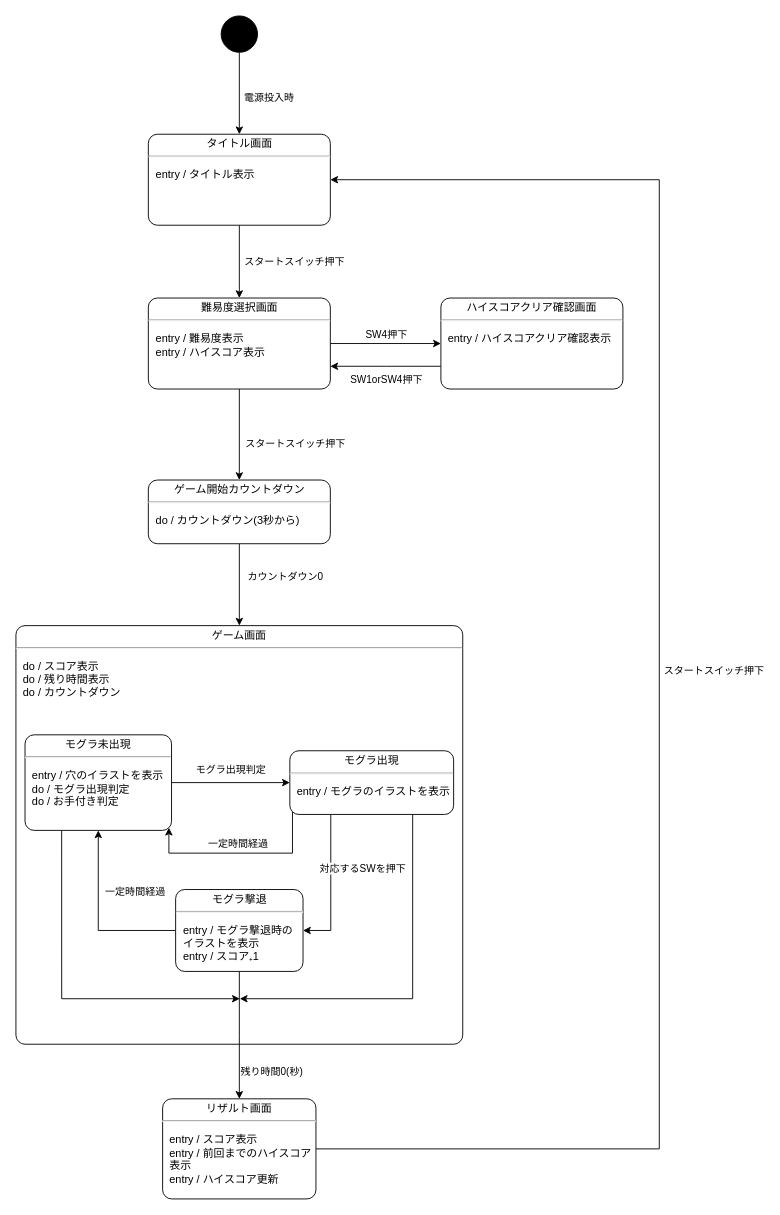
The draw.io diagram 資料/設計書/モグラ叩き_状態遷移.drawio in hakohumi/comp.train.whack-a-mole, before the edit. Source tidied: cells renumbered, new cells numbered last; positions are measured from the earlier drawing's top-left corner, leaving out a move shared by most shapes. Both pictures are drawn from the tidied source at 91%, with x=0, y=0 at pixel (15, 15).
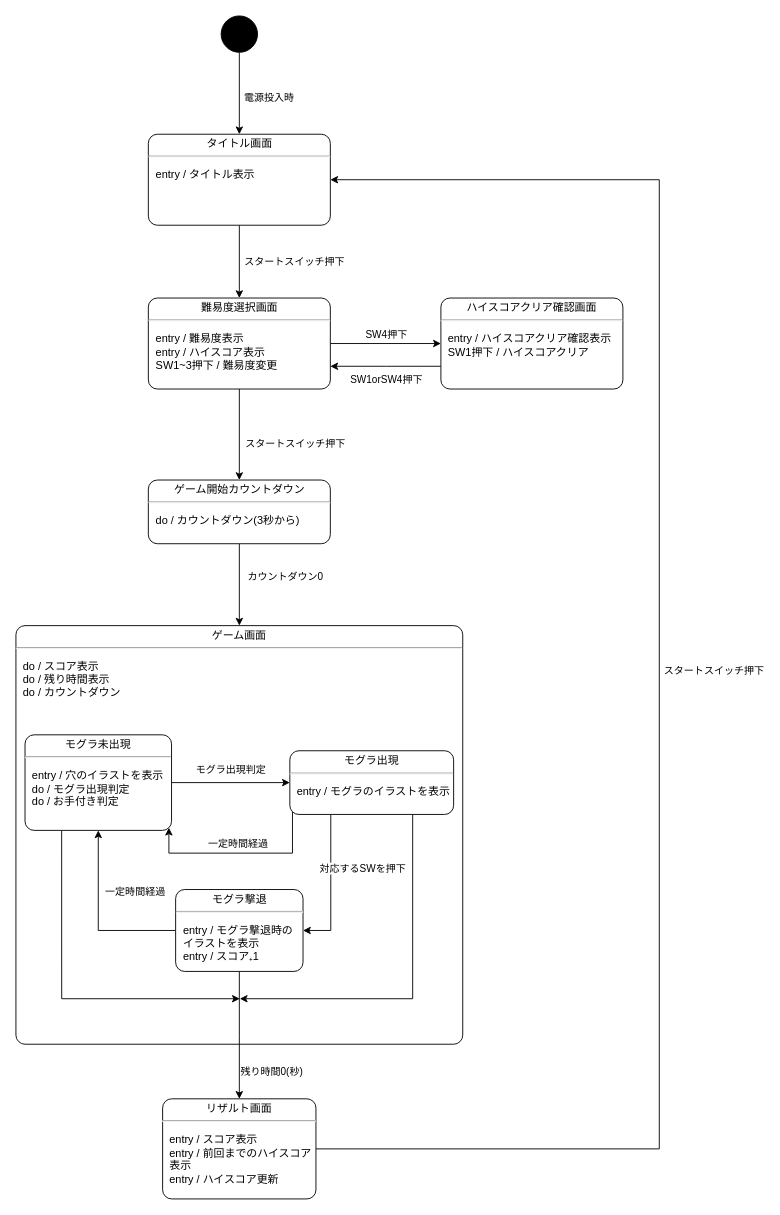
The same page after the edit.

Commit message:
設計/レビュー後修正/状態遷移図の修正 Fixes #82

The edit, as a diff of the source:
```diff
@@
-    <mxCell id="23" value="&lt;p style=&quot;margin: 0px ; margin-top: 4px ; text-align: center&quot;&gt;難易度選択画面&lt;/p&gt;&lt;hr&gt;&lt;p&gt;&lt;/p&gt;&lt;p style=&quot;margin: 0px ; margin-left: 8px ; text-align: left&quot;&gt;entry / 難易度表示&lt;/p&gt;&lt;p style=&quot;margin: 0px ; margin-left: 8px ; text-align: left&quot;&gt;&lt;span&gt;entry / ハイスコア表示&lt;/span&gt;&lt;br&gt;&lt;/p&gt;&lt;p style=&quot;margin: 0px ; margin-left: 8px ; text-align: left&quot;&gt;&lt;br&gt;&lt;/p&gt;" style="shape=mxgraph.sysml.simpleState;html=1;overflow=fill;whiteSpace=wrap;align=center;" parent="1" vertex="1">
+    <mxCell id="23" value="&lt;p style=&quot;margin: 0px ; margin-top: 4px ; text-align: center&quot;&gt;難易度選択画面&lt;/p&gt;&lt;hr&gt;&lt;p&gt;&lt;/p&gt;&lt;p style=&quot;margin: 0px ; margin-left: 8px ; text-align: left&quot;&gt;entry / 難易度表示&lt;/p&gt;&lt;p style=&quot;margin: 0px ; margin-left: 8px ; text-align: left&quot;&gt;&lt;span&gt;entry / ハイスコア表示&lt;/span&gt;&lt;br&gt;&lt;/p&gt;&lt;p style=&quot;margin: 0px ; margin-left: 8px ; text-align: left&quot;&gt;SW1~3押下 / 難易度変更&lt;/p&gt;" style="shape=mxgraph.sysml.simpleState;html=1;overflow=fill;whiteSpace=wrap;align=center;" parent="1" vertex="1">
       <mxGeometry x="145.5" y="310" width="200" height="100" as="geometry" />
     </mxCell>
@@
-    <mxCell id="25" value="&lt;p style=&quot;margin: 0px ; margin-top: 4px ; text-align: center&quot;&gt;ハイスコアクリア確認画面&lt;/p&gt;&lt;hr&gt;&lt;p&gt;&lt;/p&gt;&lt;p style=&quot;margin: 0px ; margin-left: 8px ; text-align: left&quot;&gt;entry / ハイスコアクリア確認表示&lt;/p&gt;&lt;p style=&quot;margin: 0px ; margin-left: 8px ; text-align: left&quot;&gt;&lt;br&gt;&lt;/p&gt;" style="shape=mxgraph.sysml.simpleState;html=1;overflow=fill;whiteSpace=wrap;align=center;" parent="1" vertex="1">
+    <mxCell id="25" value="&lt;p style=&quot;margin: 0px ; margin-top: 4px ; text-align: center&quot;&gt;ハイスコアクリア確認画面&lt;/p&gt;&lt;hr&gt;&lt;p&gt;&lt;/p&gt;&lt;p style=&quot;margin: 0px ; margin-left: 8px ; text-align: left&quot;&gt;entry / ハイスコアクリア確認表示&lt;/p&gt;&lt;p style=&quot;margin: 0px ; margin-left: 8px ; text-align: left&quot;&gt;SW1押下 / ハイスコアクリア&lt;/p&gt;" style="shape=mxgraph.sysml.simpleState;html=1;overflow=fill;whiteSpace=wrap;align=center;" parent="1" vertex="1">
       <mxGeometry x="467" y="310" width="200" height="100" as="geometry" />
     </mxCell>
```
